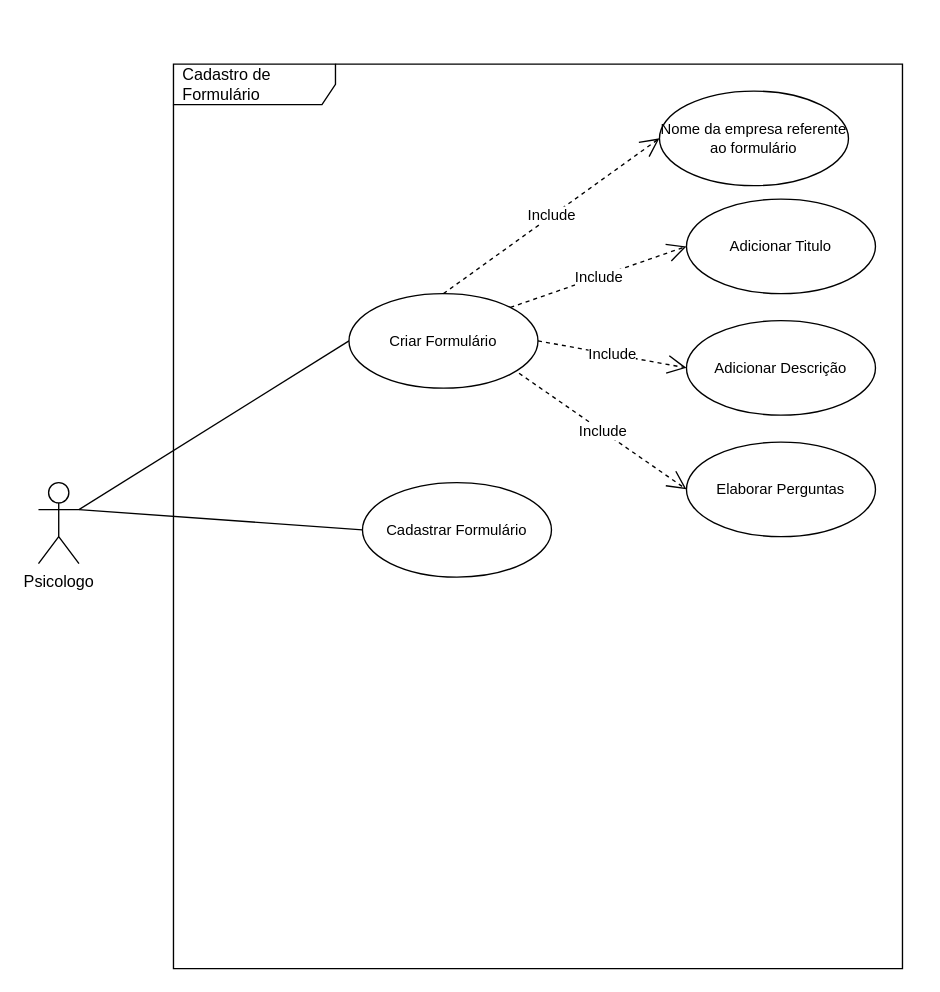
The draw.io diagram use-case-formulario.drawio in charlesYS/use-case-chillout, before the edit. Source tidied: cells renumbered, new cells numbered last; positions are measured from the earlier drawing's top-left corner, leaving out a move shared by most shapes. Both pictures are drawn from the tidied source at 135%, with x=0, y=0 at pixel (38, 63).
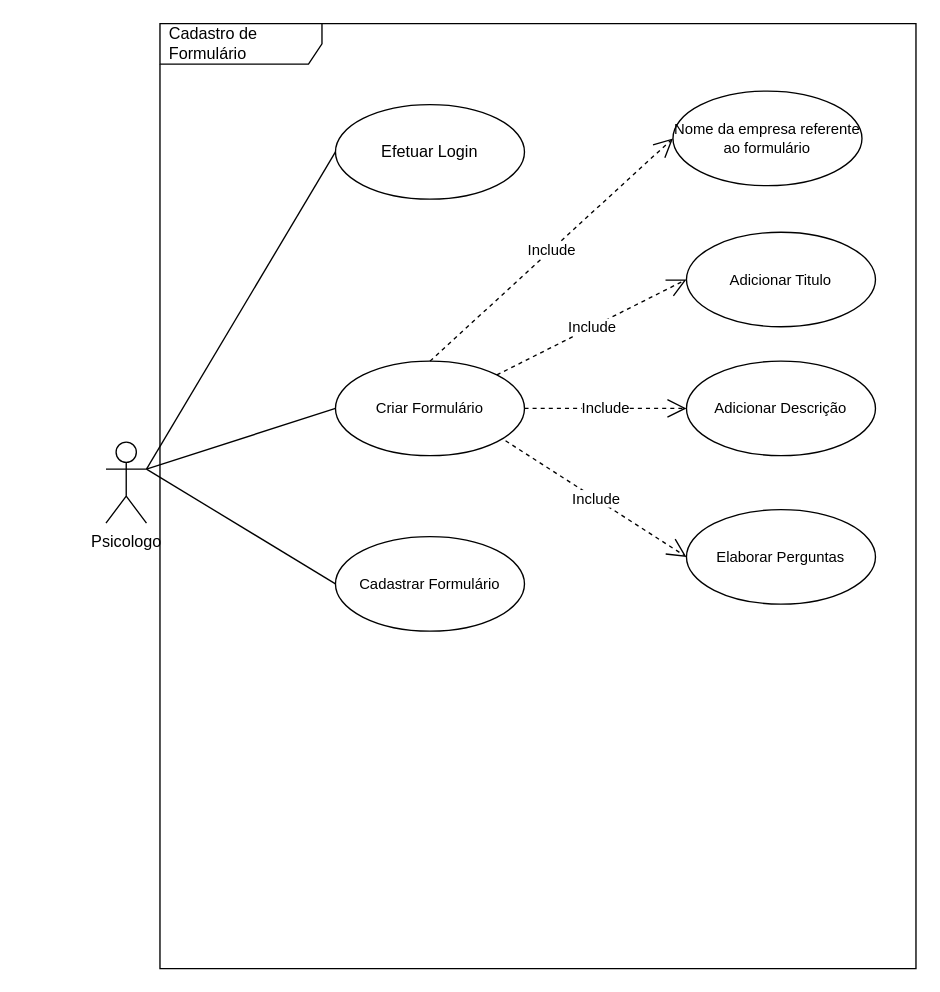
The same page after the edit.

Change to the diagram source:
```diff
@@
 <mxGraphModel>
   <root>
     <mxCell id="0" />
     <mxCell id="1" parent="0" />
     <mxCell id="2" style="edgeStyle=none;shape=connector;rounded=0;jettySize=auto;html=1;exitX=1;exitY=0.3333333333333333;exitDx=0;exitDy=0;exitPerimeter=0;entryX=0;entryY=0.5;entryDx=0;entryDy=0;labelBackgroundColor=default;fontFamily=Helvetica;fontSize=11;fontColor=default;endArrow=none;strokeColor=default;" parent="1" edge="1" source="3" target="7">
       <mxGeometry relative="1" as="geometry" />
     </mxCell>
+    <mxCell id="16" style="edgeStyle=none;shape=connector;rounded=0;jettySize=auto;html=1;exitX=1;exitY=0.3333333333333333;exitDx=0;exitDy=0;exitPerimeter=0;entryX=0;entryY=0.5;entryDx=0;entryDy=0;labelBackgroundColor=default;fontFamily=Helvetica;fontSize=11;fontColor=default;endArrow=none;strokeColor=default;" parent="1" edge="1" source="3" target="17">
+      <mxGeometry relative="1" as="geometry" />
+    </mxCell>
     <mxCell id="3" value="Psicologo&lt;br&gt;" style="shape=umlActor;verticalLabelPosition=bottom;verticalAlign=top;html=1;" parent="1" vertex="1">
-      <mxGeometry y="310" width="30" height="60" as="geometry" />
+      <mxGeometry x="50" y="280" width="30" height="60" as="geometry" />
     </mxCell>
     <mxCell id="4" value="Cadastro de Formulário" style="shape=umlFrame;whiteSpace=wrap;html=1;width=120;height=30;boundedLbl=1;verticalAlign=middle;align=left;spacingLeft=5;" parent="1" vertex="1">
-      <mxGeometry x="100" width="540" height="670" as="geometry" />
+      <mxGeometry x="90" y="-30" width="560" height="700" as="geometry" />
     </mxCell>
     <mxCell id="5" value="Cadastrar Formulário" style="ellipse;whiteSpace=wrap;html=1;fontFamily=Helvetica;fontSize=11;fontColor=default;" parent="1" vertex="1">
-      <mxGeometry x="240" y="310" width="140" height="70" as="geometry" />
+      <mxGeometry x="220" y="350" width="140" height="70" as="geometry" />
     </mxCell>
-    <mxCell id="6" style="endArrow=none;html=1;rounded=0;entryX=0;entryY=0.5;entryDx=0;entryDy=0;" parent="1" edge="1" target="5">
-      <mxGeometry relative="1" as="geometry">
-        <mxPoint x="30" y="330" as="sourcePoint" />
-      </mxGeometry>
+    <mxCell id="6" style="endArrow=none;html=1;rounded=0;entryX=0;entryY=0.5;entryDx=0;entryDy=0;exitX=1;exitY=0.3333333333333333;exitDx=0;exitDy=0;exitPerimeter=0;" parent="1" edge="1" source="3" target="5">
+      <mxGeometry relative="1" as="geometry" />
     </mxCell>
     <mxCell id="7" value="Criar Formulário" style="ellipse;whiteSpace=wrap;html=1;fontFamily=Helvetica;fontSize=11;fontColor=default;" parent="1" vertex="1">
-      <mxGeometry x="230" y="170" width="140" height="70" as="geometry" />
+      <mxGeometry x="220" y="220" width="140" height="70" as="geometry" />
     </mxCell>
     <mxCell id="8" value="Adicionar Titulo" style="ellipse;whiteSpace=wrap;html=1;fontFamily=Helvetica;fontSize=11;fontColor=default;" parent="1" vertex="1">
-      <mxGeometry x="480" y="100" width="140" height="70" as="geometry" />
+      <mxGeometry x="480" y="124.5" width="140" height="70" as="geometry" />
     </mxCell>
     <mxCell id="9" value="Adicionar Descrição" style="ellipse;whiteSpace=wrap;html=1;fontFamily=Helvetica;fontSize=11;fontColor=default;" parent="1" vertex="1">
-      <mxGeometry x="480" y="190" width="140" height="70" as="geometry" />
+      <mxGeometry x="480" y="220" width="140" height="70" as="geometry" />
     </mxCell>
     <mxCell id="10" value="Include" style="endArrow=open;endSize=12;dashed=1;html=1;rounded=0;labelBackgroundColor=default;fontFamily=Helvetica;fontSize=11;fontColor=default;strokeColor=default;shape=connector;entryX=0;entryY=0.5;entryDx=0;entryDy=0;exitX=1;exitY=0;exitDx=0;exitDy=0;" parent="1" edge="1" source="7" target="8">
       <mxGeometry relative="1" as="geometry" />
     </mxCell>
     <mxCell id="11" value="Include" style="endArrow=open;endSize=12;dashed=1;html=1;rounded=0;labelBackgroundColor=default;fontFamily=Helvetica;fontSize=11;fontColor=default;strokeColor=default;shape=connector;entryX=0;entryY=0.5;entryDx=0;entryDy=0;exitX=1;exitY=0.5;exitDx=0;exitDy=0;" parent="1" edge="1" source="7" target="9">
       <mxGeometry relative="1" as="geometry" />
     </mxCell>
     <mxCell id="12" value="Elaborar Perguntas" style="ellipse;whiteSpace=wrap;html=1;fontFamily=Helvetica;fontSize=11;fontColor=default;" parent="1" vertex="1">
-      <mxGeometry x="480" y="280" width="140" height="70" as="geometry" />
+      <mxGeometry x="480" y="330" width="140" height="70" as="geometry" />
     </mxCell>
     <mxCell id="13" value="Include" style="endArrow=open;endSize=12;dashed=1;html=1;rounded=0;labelBackgroundColor=default;fontFamily=Helvetica;fontSize=11;fontColor=default;strokeColor=default;shape=connector;entryX=0;entryY=0.5;entryDx=0;entryDy=0;exitX=0.9;exitY=0.843;exitDx=0;exitDy=0;exitPerimeter=0;" parent="1" edge="1" source="7" target="12">
       <mxGeometry relative="1" as="geometry" />
     </mxCell>
     <mxCell id="14" value="Nome da empresa referente ao formulário" style="ellipse;whiteSpace=wrap;html=1;fontFamily=Helvetica;fontSize=11;fontColor=default;" parent="1" vertex="1">
-      <mxGeometry x="460" y="20" width="140" height="70" as="geometry" />
+      <mxGeometry x="470" y="20" width="140" height="70" as="geometry" />
     </mxCell>
     <mxCell id="15" value="Include" style="endArrow=open;endSize=12;dashed=1;html=1;rounded=0;labelBackgroundColor=default;fontFamily=Helvetica;fontSize=11;fontColor=default;strokeColor=default;shape=connector;entryX=0;entryY=0.5;entryDx=0;entryDy=0;exitX=0.5;exitY=0;exitDx=0;exitDy=0;" parent="1" edge="1" source="7" target="14">
       <mxGeometry relative="1" as="geometry" />
     </mxCell>
+    <mxCell id="17" value="Efetuar Login" style="ellipse;whiteSpace=wrap;html=1;" parent="1" vertex="1">
+      <mxGeometry x="220" y="30" width="140" height="70" as="geometry" />
+    </mxCell>
   </root>
 </mxGraphModel>
```
